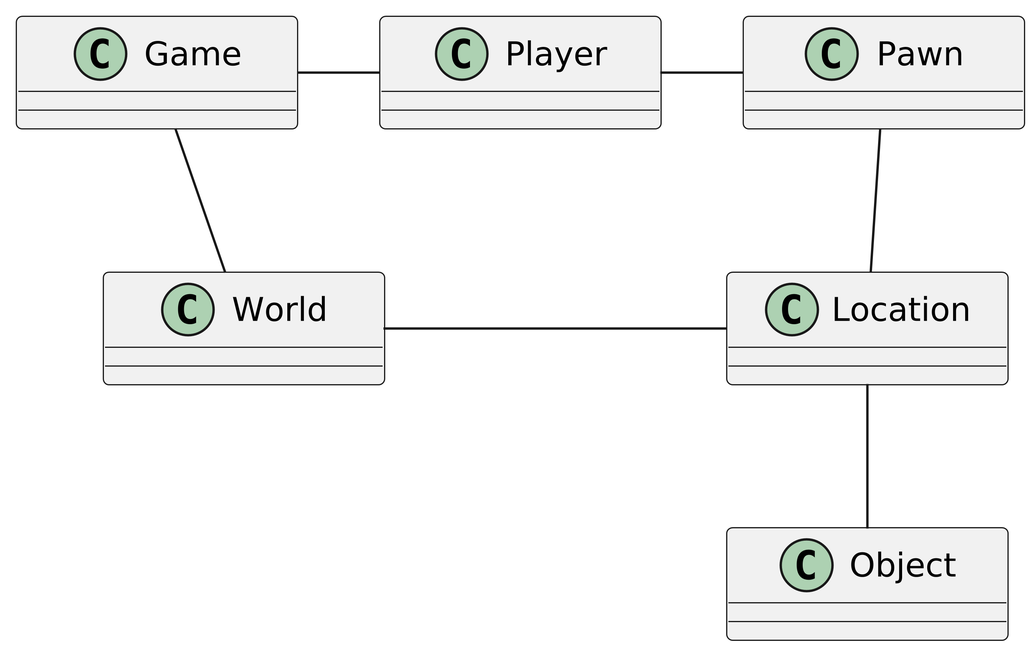
The PlantUML diagram Folien/Python/Completed/Woche 2/img/adv-domain-02.png in Coding-Academy-Munich/csharp-clean-code-de, before a commit. Source of this version:
```plantuml
@startuml
skinparamlocked dpi 600
skinparam MinClassWidth 120

class Game
class Player
class World
class Pawn
class Location
class Object

Game  -  Player
Player  -  Pawn
Game  -down-  World
World  -  Location : "                         "
Pawn -down- Location
Location -down- Object
@enduml
```
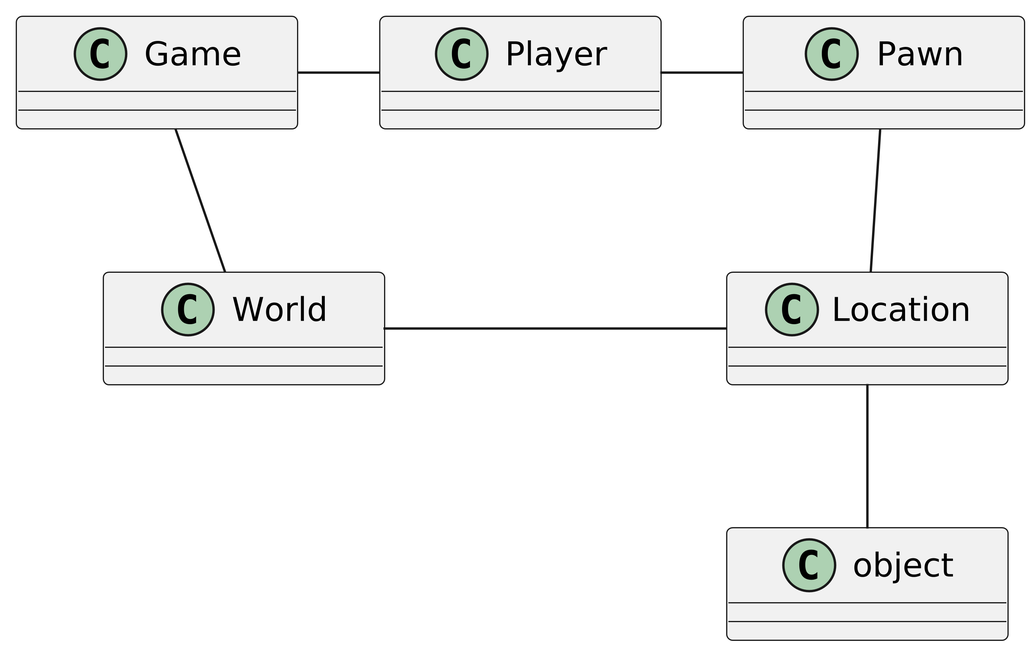
After the commit.

Diff of the diagram source:
```diff
@@ -7,12 +7,12 @@
 class World
 class Pawn
 class Location
-class Object
+class object
 
 Game  -  Player
 Player  -  Pawn
 Game  -down-  World
 World  -  Location : "                         "
 Pawn -down- Location
-Location -down- Object
+Location -down- object
 @enduml
```
